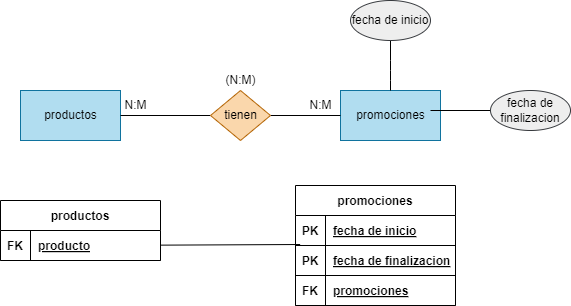
This is BAE/Tareas/Unidad2/Images/Ejercicio14.drawio.png from ResetMeNow/DAW, a draw.io export, as it was before one commit. Source tidied: cells renumbered, new cells last; positions are measured from the earlier drawing's top-left corner, leaving out a move shared by most shapes.
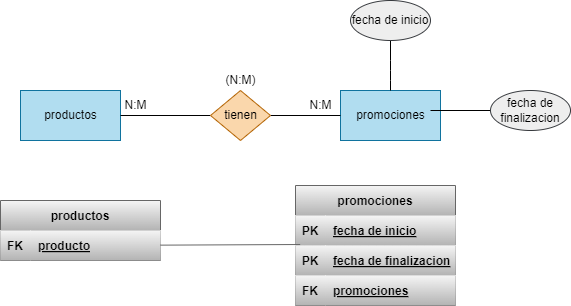
After the commit.

The edit, as a diff of the source:
```diff
@@ -41,52 +41,52 @@
     <mxCell id="12" value="fecha de inicio" style="ellipse;whiteSpace=wrap;html=1;align=center;fillColor=#eeeeee;strokeColor=#36393d;" parent="1" vertex="1">
       <mxGeometry x="350" width="80" height="40" as="geometry" />
     </mxCell>
-    <mxCell id="13" value="productos" style="shape=table;startSize=30;rowLines=0;fontStyle=1;align=center;" parent="1" vertex="1">
+    <mxCell id="13" value="productos" style="shape=table;startSize=30;rowLines=0;fontStyle=1;align=center;fillColor=#f5f5f5;gradientColor=#b3b3b3;strokeColor=#666666;" parent="1" vertex="1">
       <mxGeometry y="200" width="160" height="60" as="geometry" />
     </mxCell>
-    <mxCell id="14" style="shape=tableRow;horizontal=0;startSize=0;swimlaneHead=0;swimlaneBody=0;fillColor=none;points=[[0,0.5],[1,0.5]];portConstraint=eastwest;top=0;left=0;right=0;bottom=1;" parent="13" vertex="1">
+    <mxCell id="14" style="shape=tableRow;horizontal=0;startSize=0;swimlaneHead=0;swimlaneBody=0;fillColor=#f5f5f5;points=[[0,0.5],[1,0.5]];portConstraint=eastwest;top=0;left=0;right=0;bottom=1;gradientColor=#b3b3b3;strokeColor=#666666;" parent="13" vertex="1">
       <mxGeometry y="30" width="160" height="30" as="geometry" />
     </mxCell>
-    <mxCell id="15" value="FK" style="shape=partialRectangle;fillColor=none;top=0;left=0;bottom=0;right=0;fontStyle=1;overflow=hidden;" parent="14" vertex="1">
+    <mxCell id="15" value="FK" style="shape=partialRectangle;fillColor=#f5f5f5;top=0;left=0;bottom=0;right=0;fontStyle=1;overflow=hidden;gradientColor=#b3b3b3;strokeColor=#666666;" parent="14" vertex="1">
       <mxGeometry width="30" height="30" as="geometry" />
     </mxCell>
-    <mxCell id="16" value="producto" style="shape=partialRectangle;fillColor=none;top=0;left=0;bottom=0;right=0;align=left;spacingLeft=6;fontStyle=5;overflow=hidden;" parent="14" vertex="1">
+    <mxCell id="16" value="producto" style="shape=partialRectangle;fillColor=#f5f5f5;top=0;left=0;bottom=0;right=0;align=left;spacingLeft=6;fontStyle=5;overflow=hidden;gradientColor=#b3b3b3;strokeColor=#666666;" parent="14" vertex="1">
       <mxGeometry x="30" width="130" height="30" as="geometry" />
     </mxCell>
-    <mxCell id="17" value="promociones" style="shape=table;startSize=30;rowLines=0;fontStyle=1;align=center;" parent="1" vertex="1">
+    <mxCell id="17" value="promociones" style="shape=table;startSize=30;rowLines=0;fontStyle=1;align=center;fillColor=#f5f5f5;gradientColor=#b3b3b3;strokeColor=#666666;" parent="1" vertex="1">
       <mxGeometry x="295" y="185" width="160" height="120" as="geometry" />
     </mxCell>
-    <mxCell id="18" style="shape=tableRow;horizontal=0;startSize=0;swimlaneHead=0;swimlaneBody=0;fillColor=none;top=0;left=0;right=0;bottom=1;" parent="17" vertex="1">
+    <mxCell id="18" style="shape=tableRow;horizontal=0;startSize=0;swimlaneHead=0;swimlaneBody=0;fillColor=#f5f5f5;top=0;left=0;right=0;bottom=1;gradientColor=#b3b3b3;strokeColor=#666666;" parent="17" vertex="1">
       <mxGeometry y="30" width="160" height="30" as="geometry" />
     </mxCell>
-    <mxCell id="19" value="PK" style="shape=partialRectangle;fillColor=none;top=0;left=0;bottom=0;right=0;fontStyle=1;overflow=hidden;" parent="18" vertex="1">
+    <mxCell id="19" value="PK" style="shape=partialRectangle;fillColor=#f5f5f5;top=0;left=0;bottom=0;right=0;fontStyle=1;overflow=hidden;gradientColor=#b3b3b3;strokeColor=#666666;" parent="18" vertex="1">
       <mxGeometry width="30" height="30" as="geometry" />
     </mxCell>
-    <mxCell id="20" value="fecha de inicio" style="shape=partialRectangle;fillColor=none;top=0;left=0;bottom=0;right=0;align=left;spacingLeft=6;fontStyle=5;overflow=hidden;" parent="18" vertex="1">
+    <mxCell id="20" value="fecha de inicio" style="shape=partialRectangle;fillColor=#f5f5f5;top=0;left=0;bottom=0;right=0;align=left;spacingLeft=6;fontStyle=5;overflow=hidden;gradientColor=#b3b3b3;strokeColor=#666666;" parent="18" vertex="1">
       <mxGeometry x="30" width="130" height="30" as="geometry" />
     </mxCell>
-    <mxCell id="21" style="shape=tableRow;horizontal=0;startSize=0;swimlaneHead=0;swimlaneBody=0;fillColor=none;points=[[0,0.5],[1,0.5]];portConstraint=eastwest;top=0;left=0;right=0;bottom=1;" parent="17" vertex="1">
+    <mxCell id="21" style="shape=tableRow;horizontal=0;startSize=0;swimlaneHead=0;swimlaneBody=0;fillColor=#f5f5f5;points=[[0,0.5],[1,0.5]];portConstraint=eastwest;top=0;left=0;right=0;bottom=1;gradientColor=#b3b3b3;strokeColor=#666666;" parent="17" vertex="1">
       <mxGeometry y="60" width="160" height="30" as="geometry" />
     </mxCell>
-    <mxCell id="22" value="PK" style="shape=partialRectangle;fillColor=none;top=0;left=0;bottom=0;right=0;fontStyle=1;overflow=hidden;" parent="21" vertex="1">
+    <mxCell id="22" value="PK" style="shape=partialRectangle;fillColor=#f5f5f5;top=0;left=0;bottom=0;right=0;fontStyle=1;overflow=hidden;gradientColor=#b3b3b3;strokeColor=#666666;" parent="21" vertex="1">
       <mxGeometry width="30" height="30" as="geometry" />
     </mxCell>
-    <mxCell id="23" value="fecha de finalizacion" style="shape=partialRectangle;fillColor=none;top=0;left=0;bottom=0;right=0;align=left;spacingLeft=6;fontStyle=5;overflow=hidden;" parent="21" vertex="1">
+    <mxCell id="23" value="fecha de finalizacion" style="shape=partialRectangle;fillColor=#f5f5f5;top=0;left=0;bottom=0;right=0;align=left;spacingLeft=6;fontStyle=5;overflow=hidden;gradientColor=#b3b3b3;strokeColor=#666666;" parent="21" vertex="1">
       <mxGeometry x="30" width="130" height="30" as="geometry" />
     </mxCell>
-    <mxCell id="24" style="shape=tableRow;horizontal=0;startSize=0;swimlaneHead=0;swimlaneBody=0;fillColor=none;top=0;left=0;right=0;bottom=1;" parent="17" vertex="1">
+    <mxCell id="24" style="shape=tableRow;horizontal=0;startSize=0;swimlaneHead=0;swimlaneBody=0;fillColor=#f5f5f5;top=0;left=0;right=0;bottom=1;gradientColor=#b3b3b3;strokeColor=#666666;" parent="17" vertex="1">
       <mxGeometry y="90" width="160" height="30" as="geometry" />
     </mxCell>
-    <mxCell id="25" value="FK" style="shape=partialRectangle;fillColor=none;top=0;left=0;bottom=0;right=0;fontStyle=1;overflow=hidden;" parent="24" vertex="1">
+    <mxCell id="25" value="FK" style="shape=partialRectangle;fillColor=#f5f5f5;top=0;left=0;bottom=0;right=0;fontStyle=1;overflow=hidden;gradientColor=#b3b3b3;strokeColor=#666666;" parent="24" vertex="1">
       <mxGeometry width="30" height="30" as="geometry" />
     </mxCell>
-    <mxCell id="26" value="promociones" style="shape=partialRectangle;fillColor=none;top=0;left=0;bottom=0;right=0;align=left;spacingLeft=6;fontStyle=5;overflow=hidden;" parent="24" vertex="1">
+    <mxCell id="26" value="promociones" style="shape=partialRectangle;fillColor=#f5f5f5;top=0;left=0;bottom=0;right=0;align=left;spacingLeft=6;fontStyle=5;overflow=hidden;gradientColor=#b3b3b3;strokeColor=#666666;" parent="24" vertex="1">
       <mxGeometry x="30" width="130" height="30" as="geometry" />
     </mxCell>
     <mxCell id="27" value="fecha de finalizacion" style="ellipse;whiteSpace=wrap;html=1;align=center;fillColor=#eeeeee;strokeColor=#36393d;" parent="1" vertex="1">
       <mxGeometry x="490" y="90" width="80" height="40" as="geometry" />
     </mxCell>
-    <mxCell id="28" style="edgeStyle=none;html=1;entryX=0.029;entryY=-0.033;entryDx=0;entryDy=0;entryPerimeter=0;endArrow=none;endFill=0;" parent="1" edge="1" source="14" target="21">
+    <mxCell id="28" style="edgeStyle=none;html=1;entryX=0.029;entryY=-0.033;entryDx=0;entryDy=0;entryPerimeter=0;endArrow=none;endFill=0;fillColor=#f5f5f5;gradientColor=#b3b3b3;strokeColor=#666666;" parent="1" edge="1" source="14" target="21">
       <mxGeometry relative="1" as="geometry" />
     </mxCell>
   </root>
```
